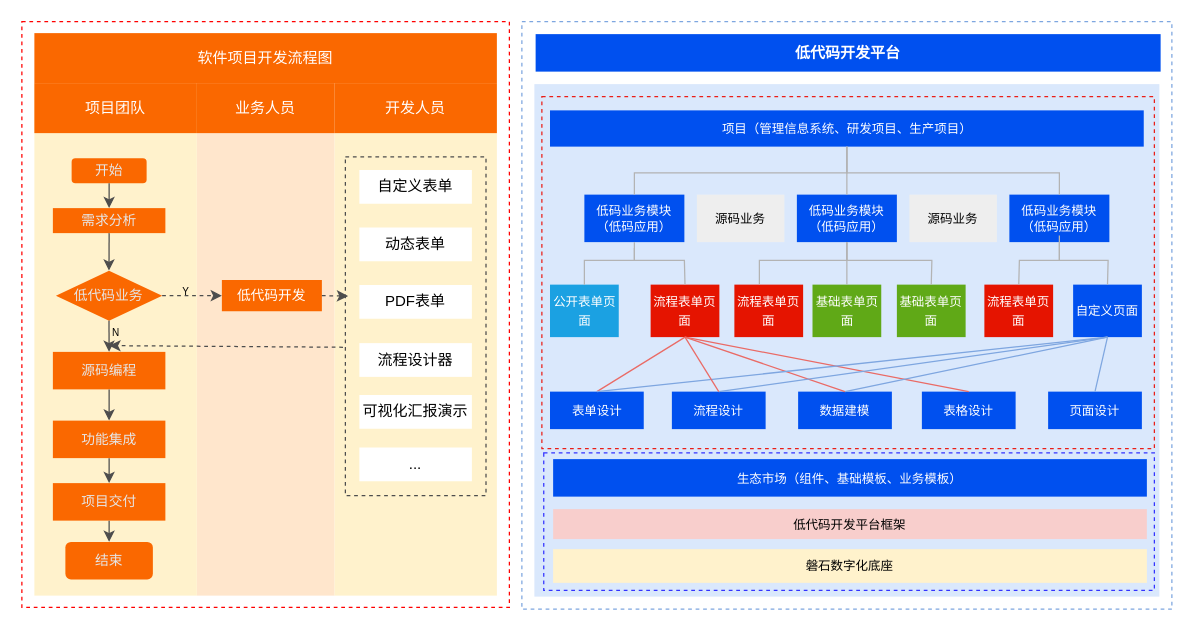
The draw.io diagram 低代码—研究内容——新版.drawio in tangyaosimida/love, before the edit. Source tidied: cells renumbered, new cells numbered last; positions are measured from the earlier drawing's top-left corner, leaving out a move shared by most shapes. Both pictures are drawn from the tidied source at 125%, with x=0, y=0 at pixel (21, 21).
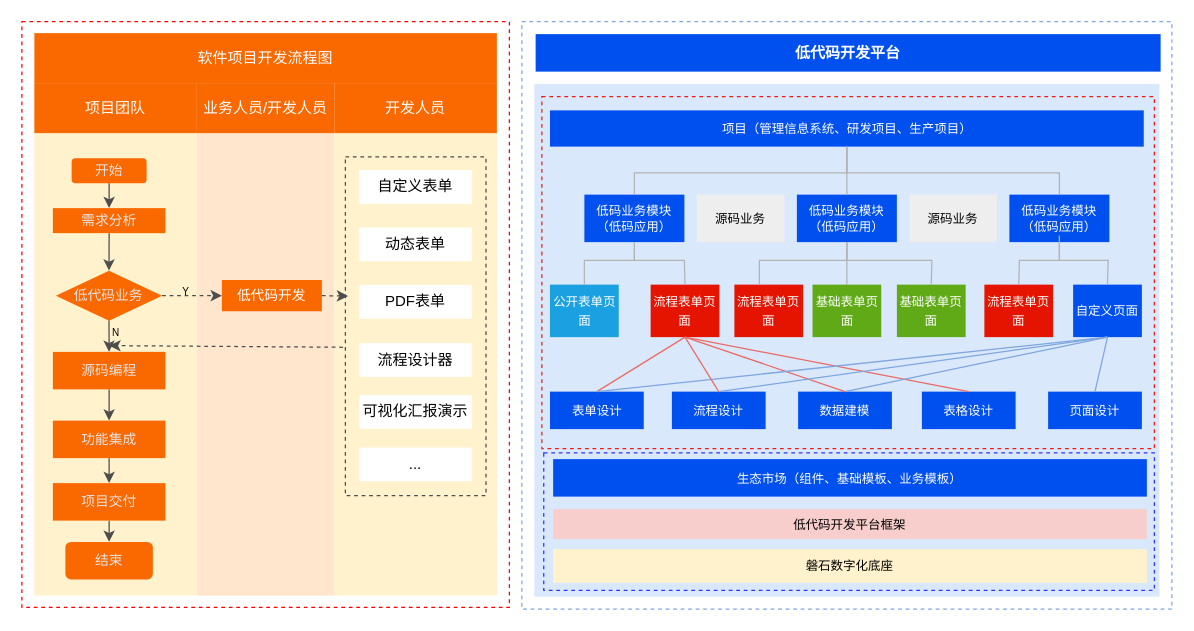
After the change.

Commit message:
更新低代码—研究内容——新版.drawio

Diff of the diagram source:
```diff
@@
-    <mxCell id="33" value="&lt;font color=&quot;#ffffff&quot;&gt;业务人员&lt;/font&gt;" style="rounded=0;whiteSpace=wrap;html=1;fillColor=#fa6800;strokeColor=none;fontColor=#000000;" parent="1" vertex="1">
+    <mxCell id="33" value="&lt;font color=&quot;#ffffff&quot;&gt;业务人员/开发人员&lt;/font&gt;" style="rounded=0;whiteSpace=wrap;html=1;fillColor=#fa6800;strokeColor=none;fontColor=#000000;" parent="1" vertex="1">
       <mxGeometry x="140" y="49" width="110" height="40" as="geometry" />
     </mxCell>
```
